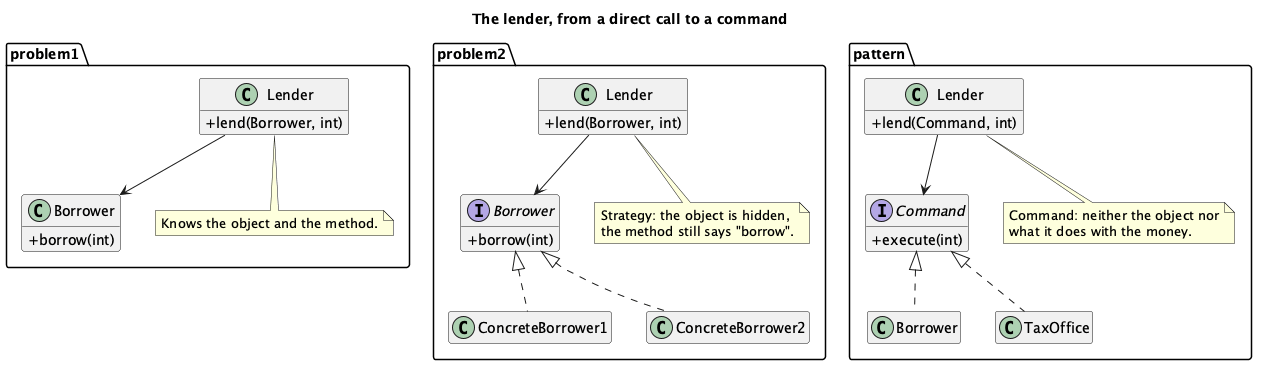
Earlier version of the PlantUML export src/main/java/dev/kaldiroglu/dp/behavioral/command/lender/uml/Command - Lender - Class Diagram.png (kaldiroglu/DesignPatternsWithJava). Its diagram source:
```plantuml
@startuml "Command - Lender - Class Diagram"
skinparam classAttributeIconSize 0
hide empty members
title The lender, from a direct call to a command

package "problem1" {
  class "Lender" as L1 {
    + lend(Borrower, int)
  }
  class "Borrower" as B1 {
    + borrow(int)
  }
  L1 --> B1
  note bottom of L1
    Knows the object and the method.
  end note
}

package "problem2" {
  class "Lender" as L2 {
    + lend(Borrower, int)
  }
  interface "Borrower" as B2 {
    + borrow(int)
  }
  class ConcreteBorrower1
  class ConcreteBorrower2
  L2 --> B2
  B2 <|.. ConcreteBorrower1
  B2 <|.. ConcreteBorrower2
  note bottom of L2
    Strategy: the object is hidden,
    the method still says "borrow".
  end note
}

package "pattern" {
  class "Lender" as L3 {
    + lend(Command, int)
  }
  interface Command {
    + execute(int)
  }
  class "Borrower" as B3
  class TaxOffice
  L3 --> Command
  Command <|.. B3
  Command <|.. TaxOffice
  note bottom of L3
    Command: neither the object nor
    what it does with the money.
  end note
}

L1 -[hidden]right- L2
L2 -[hidden]right- L3
@enduml
```
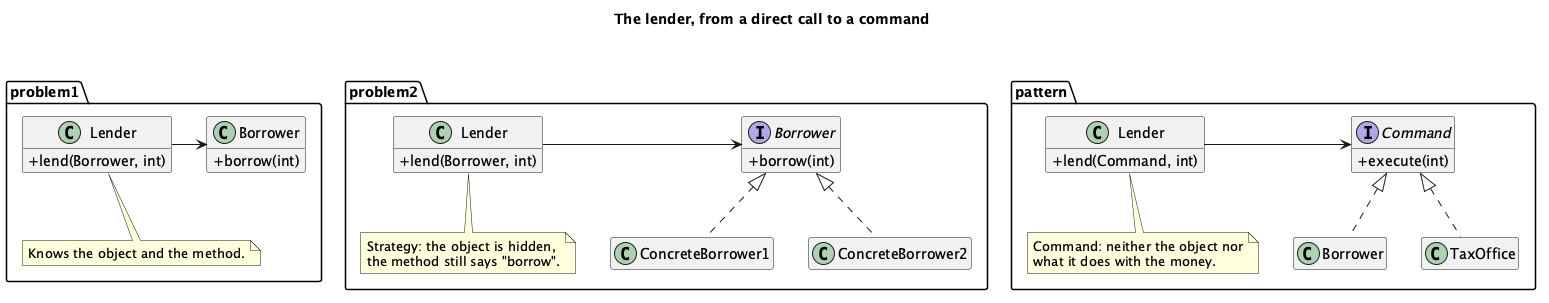
Above is the later version.

Change to the diagram source:
```diff
@@ -1,4 +1,5 @@
-@startuml "Command - Lender - Class Diagram"
+@startuml
+skinparam linetype polyline
 skinparam classAttributeIconSize 0
 hide empty members
 title The lender, from a direct call to a command
@@ -10,7 +11,6 @@
   class "Borrower" as B1 {
     + borrow(int)
   }
-  L1 --> B1
   note bottom of L1
     Knows the object and the method.
   end note
@@ -25,7 +25,6 @@
   }
   class ConcreteBorrower1
   class ConcreteBorrower2
-  L2 --> B2
   B2 <|.. ConcreteBorrower1
   B2 <|.. ConcreteBorrower2
   note bottom of L2
@@ -43,7 +42,6 @@
   }
   class "Borrower" as B3
   class TaxOffice
-  L3 --> Command
   Command <|.. B3
   Command <|.. TaxOffice
   note bottom of L3
@@ -54,4 +52,7 @@
 
 L1 -[hidden]right- L2
 L2 -[hidden]right- L3
+  L1 -[norank]-> B1
+  L2 -[norank]-> B2
+  L3 -[norank]-> Command
 @enduml
```
